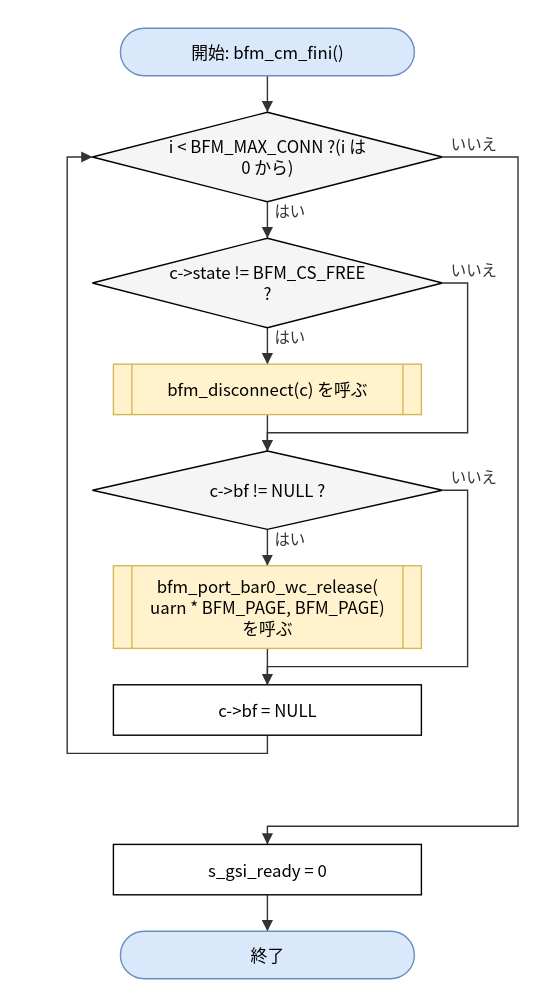
Before: doc/spec/images/flow_src_bfm_cm-bfm_cm_fini.drawio.svg, a diagram exported from draw.io (hf355051012-ai/bfmem). Source tidied: cells renumbered, new cells last; positions are measured from the earlier drawing's top-left corner, leaving out a move shared by most shapes.
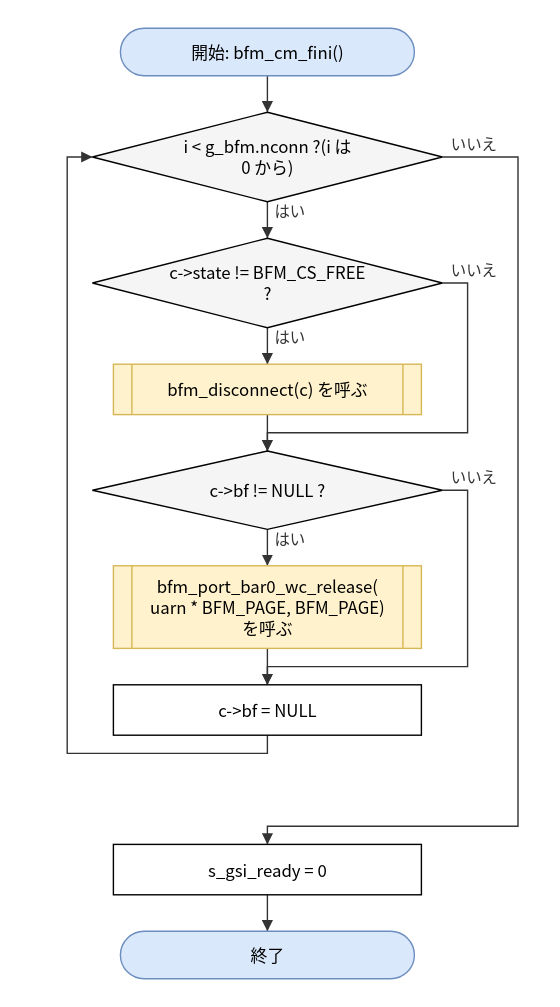
After the commit.

Diff of the diagram source:
```diff
@@ -5,7 +5,7 @@
     <mxCell id="2" value="開始: bfm_cm_fini()" style="rounded=1;arcSize=50;whiteSpace=wrap;html=1;fillColor=#dae8fc;strokeColor=#6c8ebf;" parent="1" vertex="1">
       <mxGeometry x="38" width="210" height="34" as="geometry" />
     </mxCell>
-    <mxCell id="3" value="i &amp;lt; BFM_MAX_CONN ?(i は&lt;br&gt;0 から)" style="rhombus;whiteSpace=wrap;html=1;fillColor=#f5f5f5;" parent="1" vertex="1">
+    <mxCell id="3" value="i &amp;lt; g_bfm.nconn ?(i は&lt;br&gt;0 から)" style="rhombus;whiteSpace=wrap;html=1;fillColor=#f5f5f5;" parent="1" vertex="1">
       <mxGeometry x="18" y="60" width="250" height="64" as="geometry" />
     </mxCell>
     <mxCell id="4" value="c-&amp;gt;state != BFM_CS_FREE&lt;br&gt;?" style="rhombus;whiteSpace=wrap;html=1;fillColor=#f5f5f5;" parent="1" vertex="1">
```
